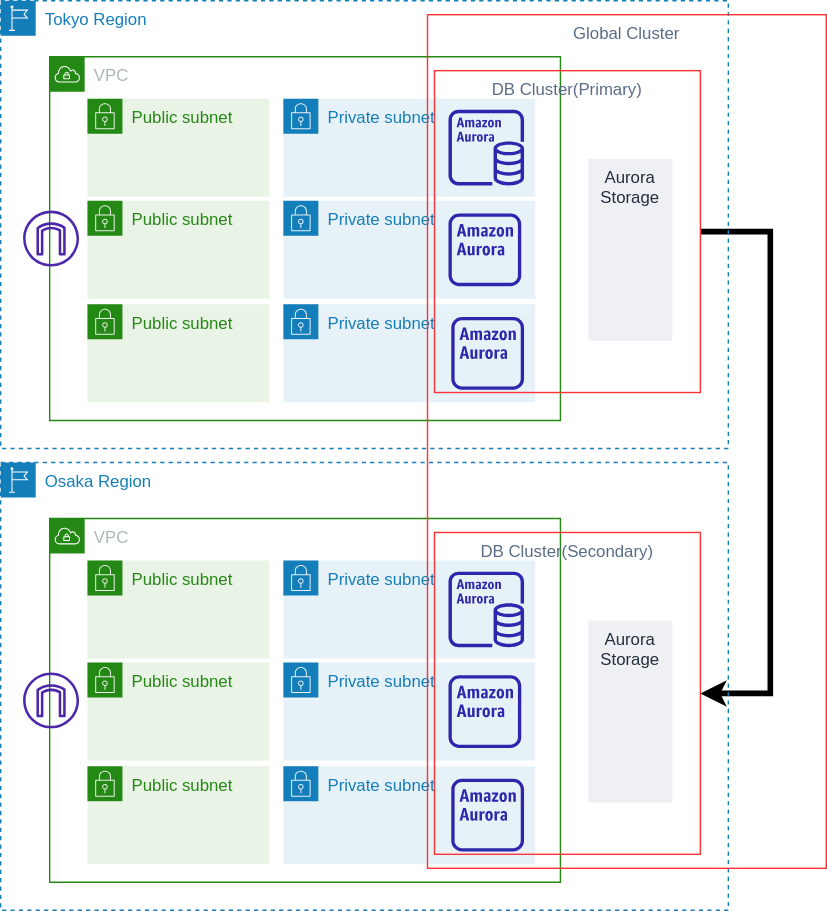
Before: Documents/diagram.svg, a diagram exported from draw.io (Noppy/RDS-Aurora-GlobalDatabase-PosgreSQL-CLI). Source tidied: cells renumbered, new cells last; positions are measured from the earlier drawing's top-left corner, leaving out a move shared by most shapes.
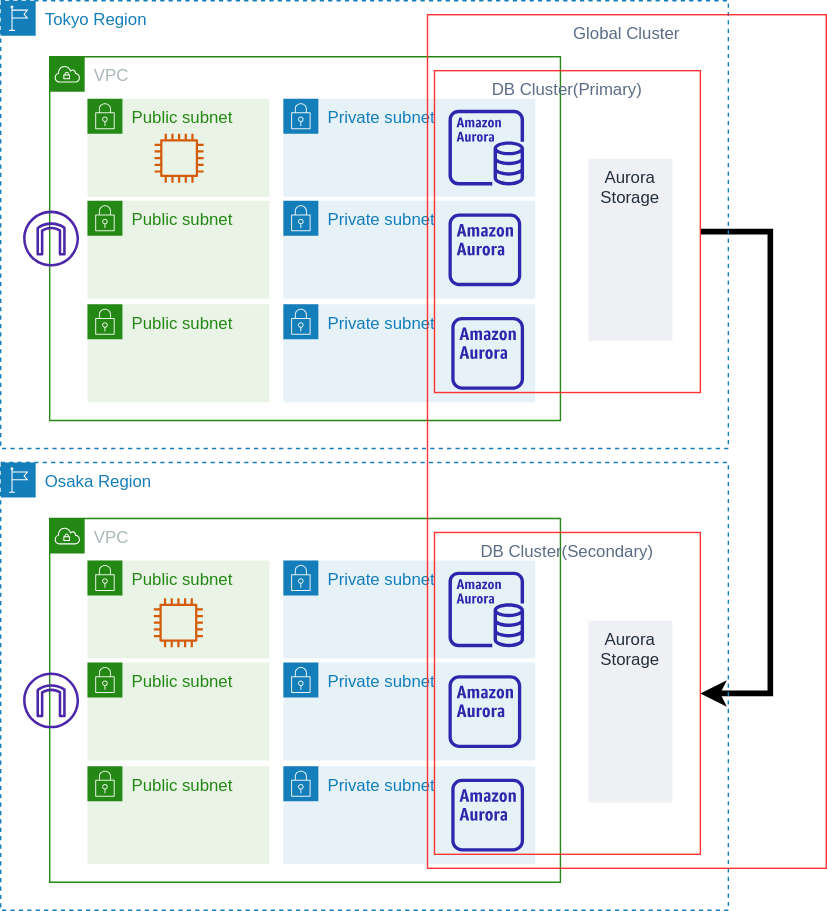
The same file after the commit.

Commit message:
add client instance.

The edit, as a diff of the source:
```diff
@@ -97,5 +97,11 @@
     <mxCell id="31" value="Global Cluster" style="fillColor=none;strokeColor=#FF3333;verticalAlign=top;fontStyle=0;fontColor=#5A6C86;" parent="1" vertex="1">
       <mxGeometry x="305" y="10" width="285" height="610" as="geometry" />
     </mxCell>
+    <mxCell id="32" style="sketch=0;fontColor=#232F3E;gradientColor=none;fillColor=#D45B07;strokeColor=none;dashed=0;verticalLabelPosition=bottom;verticalAlign=top;align=center;html=1;fontSize=12;fontStyle=0;shape=mxgraph.aws4.instance2;" parent="1" vertex="1">
+      <mxGeometry x="110" y="95" width="35" height="35" as="geometry" />
+    </mxCell>
+    <mxCell id="33" style="sketch=0;fontColor=#232F3E;gradientColor=none;fillColor=#D45B07;strokeColor=none;dashed=0;verticalLabelPosition=bottom;verticalAlign=top;align=center;html=1;fontSize=12;fontStyle=0;shape=mxgraph.aws4.instance2;" parent="1" vertex="1">
+      <mxGeometry x="109.5" y="427" width="35" height="35" as="geometry" />
+    </mxCell>
   </root>
 </mxGraphModel>
```
